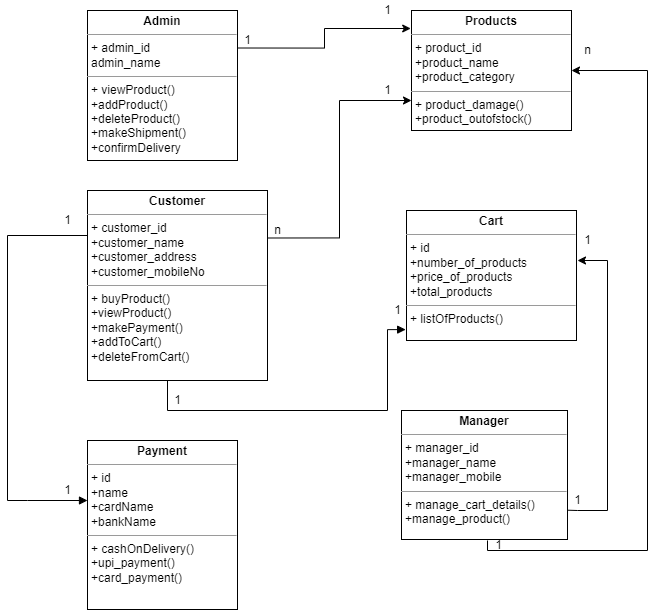
sneha-2000/ust-prograd-training keeps this draw.io diagram as DAY-10/QUESTION-2/CLASS DIAGRAM.drawio.png. Above is the earlier version. Source tidied: cells renumbered, new cells last; positions are measured from the earlier drawing's top-left corner, leaving out a move shared by most shapes.
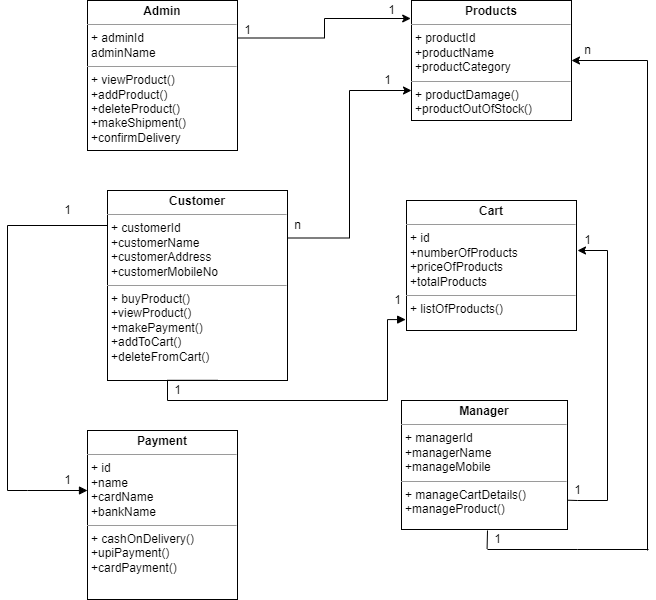
The same file after the commit.

The edit, as a diff of the source:
```diff
@@ -2,35 +2,34 @@
   <root>
     <mxCell id="0" />
     <mxCell id="1" parent="0" />
-    <mxCell id="2" value="&lt;p style=&quot;margin: 0px ; margin-top: 4px ; text-align: center&quot;&gt;&lt;b&gt;Cart&lt;/b&gt;&lt;/p&gt;&lt;hr size=&quot;1&quot;&gt;&lt;p style=&quot;margin: 0px ; margin-left: 4px&quot;&gt;+ id&lt;/p&gt;&lt;p style=&quot;margin: 0px ; margin-left: 4px&quot;&gt;+number_of_products&lt;/p&gt;&lt;p style=&quot;margin: 0px ; margin-left: 4px&quot;&gt;+price_of_products&lt;/p&gt;&lt;p style=&quot;margin: 0px ; margin-left: 4px&quot;&gt;+total_products&lt;/p&gt;&lt;hr size=&quot;1&quot;&gt;&lt;p style=&quot;margin: 0px ; margin-left: 4px&quot;&gt;+ listOfProducts()&lt;/p&gt;" style="verticalAlign=top;align=left;overflow=fill;fontSize=12;fontFamily=Helvetica;html=1;" parent="1" vertex="1">
+    <mxCell id="2" value="&lt;p style=&quot;margin: 0px ; margin-top: 4px ; text-align: center&quot;&gt;&lt;b&gt;Cart&lt;/b&gt;&lt;/p&gt;&lt;hr size=&quot;1&quot;&gt;&lt;p style=&quot;margin: 0px ; margin-left: 4px&quot;&gt;+ id&lt;/p&gt;&lt;p style=&quot;margin: 0px ; margin-left: 4px&quot;&gt;+numberOfProducts&lt;/p&gt;&lt;p style=&quot;margin: 0px ; margin-left: 4px&quot;&gt;+priceOfProducts&lt;/p&gt;&lt;p style=&quot;margin: 0px ; margin-left: 4px&quot;&gt;+totalProducts&lt;/p&gt;&lt;hr size=&quot;1&quot;&gt;&lt;p style=&quot;margin: 0px ; margin-left: 4px&quot;&gt;+ listOfProducts()&lt;/p&gt;" style="verticalAlign=top;align=left;overflow=fill;fontSize=12;fontFamily=Helvetica;html=1;" parent="1" vertex="1">
       <mxGeometry x="399" y="210" width="170" height="130" as="geometry" />
     </mxCell>
-    <mxCell id="3" value="&lt;p style=&quot;margin: 0px ; margin-top: 4px ; text-align: center&quot;&gt;&lt;b&gt;Payment&lt;/b&gt;&lt;/p&gt;&lt;hr size=&quot;1&quot;&gt;&lt;p style=&quot;margin: 0px ; margin-left: 4px&quot;&gt;+ id&lt;/p&gt;&lt;p style=&quot;margin: 0px ; margin-left: 4px&quot;&gt;+name&lt;/p&gt;&lt;p style=&quot;margin: 0px ; margin-left: 4px&quot;&gt;+cardName&lt;/p&gt;&lt;p style=&quot;margin: 0px ; margin-left: 4px&quot;&gt;+bankName&lt;/p&gt;&lt;hr size=&quot;1&quot;&gt;&lt;p style=&quot;margin: 0px ; margin-left: 4px&quot;&gt;+ cashOnDelivery()&lt;/p&gt;&lt;p style=&quot;margin: 0px ; margin-left: 4px&quot;&gt;+upi_payment()&lt;/p&gt;&lt;p style=&quot;margin: 0px ; margin-left: 4px&quot;&gt;+card_payment()&lt;/p&gt;" style="verticalAlign=top;align=left;overflow=fill;fontSize=12;fontFamily=Helvetica;html=1;" parent="1" vertex="1">
+    <mxCell id="3" value="&lt;p style=&quot;margin: 0px ; margin-top: 4px ; text-align: center&quot;&gt;&lt;b&gt;Payment&lt;/b&gt;&lt;/p&gt;&lt;hr size=&quot;1&quot;&gt;&lt;p style=&quot;margin: 0px ; margin-left: 4px&quot;&gt;+ id&lt;/p&gt;&lt;p style=&quot;margin: 0px ; margin-left: 4px&quot;&gt;+name&lt;/p&gt;&lt;p style=&quot;margin: 0px ; margin-left: 4px&quot;&gt;+cardName&lt;/p&gt;&lt;p style=&quot;margin: 0px ; margin-left: 4px&quot;&gt;+bankName&lt;/p&gt;&lt;hr size=&quot;1&quot;&gt;&lt;p style=&quot;margin: 0px ; margin-left: 4px&quot;&gt;+ cashOnDelivery()&lt;/p&gt;&lt;p style=&quot;margin: 0px ; margin-left: 4px&quot;&gt;+upiPayment()&lt;/p&gt;&lt;p style=&quot;margin: 0px ; margin-left: 4px&quot;&gt;+cardPayment()&lt;/p&gt;" style="verticalAlign=top;align=left;overflow=fill;fontSize=12;fontFamily=Helvetica;html=1;" parent="1" vertex="1">
       <mxGeometry x="80" y="440" width="150" height="169" as="geometry" />
     </mxCell>
-    <mxCell id="4" value="&lt;p style=&quot;margin: 0px ; margin-top: 4px ; text-align: center&quot;&gt;&lt;b&gt;Manager&lt;/b&gt;&lt;/p&gt;&lt;hr size=&quot;1&quot;&gt;&lt;p style=&quot;margin: 0px ; margin-left: 4px&quot;&gt;+ manager_id&lt;/p&gt;&lt;p style=&quot;margin: 0px ; margin-left: 4px&quot;&gt;+manager_name&lt;/p&gt;&lt;p style=&quot;margin: 0px ; margin-left: 4px&quot;&gt;+manager_mobile&lt;/p&gt;&lt;hr size=&quot;1&quot;&gt;&lt;p style=&quot;margin: 0px ; margin-left: 4px&quot;&gt;+ manage_cart_details()&lt;/p&gt;&lt;p style=&quot;margin: 0px ; margin-left: 4px&quot;&gt;+manage_product()&lt;/p&gt;&lt;p style=&quot;margin: 0px ; margin-left: 4px&quot;&gt;&lt;br&gt;&lt;/p&gt;" style="verticalAlign=top;align=left;overflow=fill;fontSize=12;fontFamily=Helvetica;html=1;" parent="1" vertex="1">
+    <mxCell id="4" value="&lt;p style=&quot;margin: 0px ; margin-top: 4px ; text-align: center&quot;&gt;&lt;b&gt;Manager&lt;/b&gt;&lt;/p&gt;&lt;hr size=&quot;1&quot;&gt;&lt;p style=&quot;margin: 0px ; margin-left: 4px&quot;&gt;+ managerId&lt;/p&gt;&lt;p style=&quot;margin: 0px ; margin-left: 4px&quot;&gt;+managerName&lt;/p&gt;&lt;p style=&quot;margin: 0px ; margin-left: 4px&quot;&gt;+manageMobile&lt;/p&gt;&lt;hr size=&quot;1&quot;&gt;&lt;p style=&quot;margin: 0px ; margin-left: 4px&quot;&gt;+ manageCartDetails()&lt;/p&gt;&lt;p style=&quot;margin: 0px ; margin-left: 4px&quot;&gt;+manageProduct()&lt;/p&gt;&lt;p style=&quot;margin: 0px ; margin-left: 4px&quot;&gt;&lt;br&gt;&lt;/p&gt;" style="verticalAlign=top;align=left;overflow=fill;fontSize=12;fontFamily=Helvetica;html=1;" parent="1" vertex="1">
       <mxGeometry x="394" y="410" width="166" height="129" as="geometry" />
     </mxCell>
     <mxCell id="5" style="edgeStyle=orthogonalEdgeStyle;rounded=0;jettySize=auto;html=1;exitX=1;exitY=0.25;exitDx=0;exitDy=0;entryX=0;entryY=0.75;entryDx=0;entryDy=0;" parent="1" edge="1" source="6" target="7">
       <mxGeometry relative="1" as="geometry" />
     </mxCell>
-    <mxCell id="6" value="&lt;p style=&quot;margin: 0px ; margin-top: 4px ; text-align: center&quot;&gt;&lt;b&gt;Customer&lt;/b&gt;&lt;/p&gt;&lt;hr size=&quot;1&quot;&gt;&lt;p style=&quot;margin: 0px ; margin-left: 4px&quot;&gt;+ customer_id&lt;/p&gt;&lt;p style=&quot;margin: 0px ; margin-left: 4px&quot;&gt;+customer_name&lt;/p&gt;&lt;p style=&quot;margin: 0px ; margin-left: 4px&quot;&gt;+customer_address&lt;/p&gt;&lt;p style=&quot;margin: 0px ; margin-left: 4px&quot;&gt;+customer_mobileNo&lt;/p&gt;&lt;hr size=&quot;1&quot;&gt;&lt;p style=&quot;margin: 0px ; margin-left: 4px&quot;&gt;+ buyProduct()&lt;/p&gt;&lt;p style=&quot;margin: 0px ; margin-left: 4px&quot;&gt;+viewProduct()&lt;/p&gt;&lt;p style=&quot;margin: 0px ; margin-left: 4px&quot;&gt;+makePayment()&lt;/p&gt;&lt;p style=&quot;margin: 0px ; margin-left: 4px&quot;&gt;+addToCart()&lt;/p&gt;&lt;p style=&quot;margin: 0px ; margin-left: 4px&quot;&gt;+deleteFromCart()&lt;/p&gt;" style="verticalAlign=top;align=left;overflow=fill;fontSize=12;fontFamily=Helvetica;html=1;" parent="1" vertex="1">
-      <mxGeometry x="80" y="190" width="180" height="190" as="geometry" />
+    <mxCell id="6" value="&lt;p style=&quot;margin: 0px ; margin-top: 4px ; text-align: center&quot;&gt;&lt;b&gt;Customer&lt;/b&gt;&lt;/p&gt;&lt;hr size=&quot;1&quot;&gt;&lt;p style=&quot;margin: 0px ; margin-left: 4px&quot;&gt;+ customerId&lt;/p&gt;&lt;p style=&quot;margin: 0px ; margin-left: 4px&quot;&gt;+customerName&lt;/p&gt;&lt;p style=&quot;margin: 0px ; margin-left: 4px&quot;&gt;+customerAddress&lt;/p&gt;&lt;p style=&quot;margin: 0px ; margin-left: 4px&quot;&gt;+customerMobileNo&lt;/p&gt;&lt;hr size=&quot;1&quot;&gt;&lt;p style=&quot;margin: 0px ; margin-left: 4px&quot;&gt;+ buyProduct()&lt;/p&gt;&lt;p style=&quot;margin: 0px ; margin-left: 4px&quot;&gt;+viewProduct()&lt;/p&gt;&lt;p style=&quot;margin: 0px ; margin-left: 4px&quot;&gt;+makePayment()&lt;/p&gt;&lt;p style=&quot;margin: 0px ; margin-left: 4px&quot;&gt;+addToCart()&lt;/p&gt;&lt;p style=&quot;margin: 0px ; margin-left: 4px&quot;&gt;+deleteFromCart()&lt;/p&gt;" style="verticalAlign=top;align=left;overflow=fill;fontSize=12;fontFamily=Helvetica;html=1;" parent="1" vertex="1">
+      <mxGeometry x="100" y="200" width="180" height="190" as="geometry" />
     </mxCell>
-    <mxCell id="7" value="&lt;p style=&quot;margin: 4px 0px 0px ; text-align: center&quot;&gt;&lt;b&gt;Products&lt;/b&gt;&lt;/p&gt;&lt;hr size=&quot;1&quot;&gt;&lt;p style=&quot;margin: 0px 0px 0px 4px&quot;&gt;+ product_id&lt;/p&gt;&lt;p style=&quot;margin: 0px 0px 0px 4px&quot;&gt;+product_name&lt;/p&gt;&lt;p style=&quot;margin: 0px 0px 0px 4px&quot;&gt;+product_category&lt;/p&gt;&lt;hr size=&quot;1&quot;&gt;&lt;p style=&quot;margin: 0px 0px 0px 4px&quot;&gt;+ product_damage()&lt;/p&gt;&lt;p style=&quot;margin: 0px 0px 0px 4px&quot;&gt;+product_outofstock()&lt;/p&gt;&lt;p style=&quot;margin: 0px 0px 0px 4px&quot;&gt;&lt;br&gt;&lt;/p&gt;" style="verticalAlign=top;align=left;overflow=fill;fontSize=12;fontFamily=Helvetica;html=1;" parent="1" vertex="1">
+    <mxCell id="7" value="&lt;p style=&quot;margin: 4px 0px 0px ; text-align: center&quot;&gt;&lt;b&gt;Products&lt;/b&gt;&lt;/p&gt;&lt;hr size=&quot;1&quot;&gt;&lt;p style=&quot;margin: 0px 0px 0px 4px&quot;&gt;+ productId&lt;/p&gt;&lt;p style=&quot;margin: 0px 0px 0px 4px&quot;&gt;+productName&lt;/p&gt;&lt;p style=&quot;margin: 0px 0px 0px 4px&quot;&gt;+productCategory&lt;/p&gt;&lt;hr size=&quot;1&quot;&gt;&lt;p style=&quot;margin: 0px 0px 0px 4px&quot;&gt;+ productDamage()&lt;/p&gt;&lt;p style=&quot;margin: 0px 0px 0px 4px&quot;&gt;+productOutOfStock()&lt;/p&gt;&lt;p style=&quot;margin: 0px 0px 0px 4px&quot;&gt;&lt;br&gt;&lt;/p&gt;" style="verticalAlign=top;align=left;overflow=fill;fontSize=12;fontFamily=Helvetica;html=1;" parent="1" vertex="1">
       <mxGeometry x="404" y="10" width="160" height="120" as="geometry" />
     </mxCell>
     <mxCell id="8" style="edgeStyle=orthogonalEdgeStyle;rounded=0;jettySize=auto;html=1;exitX=1;exitY=0.25;exitDx=0;exitDy=0;entryX=-0.005;entryY=0.15;entryDx=0;entryDy=0;entryPerimeter=0;" parent="1" edge="1" source="9" target="7">
       <mxGeometry relative="1" as="geometry" />
     </mxCell>
-    <mxCell id="9" value="&lt;p style=&quot;margin: 0px ; margin-top: 4px ; text-align: center&quot;&gt;&lt;b&gt;Admin&lt;/b&gt;&lt;/p&gt;&lt;hr size=&quot;1&quot;&gt;&lt;p style=&quot;margin: 0px ; margin-left: 4px&quot;&gt;+ admin_id&lt;/p&gt;&lt;p style=&quot;margin: 0px ; margin-left: 4px&quot;&gt;admin_name&lt;/p&gt;&lt;hr size=&quot;1&quot;&gt;&lt;p style=&quot;margin: 0px ; margin-left: 4px&quot;&gt;+ viewProduct()&lt;/p&gt;&lt;p style=&quot;margin: 0px ; margin-left: 4px&quot;&gt;+addProduct()&lt;/p&gt;&lt;p style=&quot;margin: 0px ; margin-left: 4px&quot;&gt;+deleteProduct()&lt;/p&gt;&lt;p style=&quot;margin: 0px ; margin-left: 4px&quot;&gt;+makeShipment()&lt;/p&gt;&lt;p style=&quot;margin: 0px ; margin-left: 4px&quot;&gt;+confirmDelivery&lt;/p&gt;" style="verticalAlign=top;align=left;overflow=fill;fontSize=12;fontFamily=Helvetica;html=1;" parent="1" vertex="1">
+    <mxCell id="9" value="&lt;p style=&quot;margin: 0px ; margin-top: 4px ; text-align: center&quot;&gt;&lt;b&gt;Admin&lt;/b&gt;&lt;/p&gt;&lt;hr size=&quot;1&quot;&gt;&lt;p style=&quot;margin: 0px ; margin-left: 4px&quot;&gt;+ adminId&lt;/p&gt;&lt;p style=&quot;margin: 0px ; margin-left: 4px&quot;&gt;adminName&lt;/p&gt;&lt;hr size=&quot;1&quot;&gt;&lt;p style=&quot;margin: 0px ; margin-left: 4px&quot;&gt;+ viewProduct()&lt;/p&gt;&lt;p style=&quot;margin: 0px ; margin-left: 4px&quot;&gt;+addProduct()&lt;/p&gt;&lt;p style=&quot;margin: 0px ; margin-left: 4px&quot;&gt;+deleteProduct()&lt;/p&gt;&lt;p style=&quot;margin: 0px ; margin-left: 4px&quot;&gt;+makeShipment()&lt;/p&gt;&lt;p style=&quot;margin: 0px ; margin-left: 4px&quot;&gt;+confirmDelivery&lt;/p&gt;" style="verticalAlign=top;align=left;overflow=fill;fontSize=12;fontFamily=Helvetica;html=1;" parent="1" vertex="1">
       <mxGeometry x="80" y="10" width="150" height="150" as="geometry" />
     </mxCell>
-    <mxCell id="10" style="endArrow=block;endFill=1;html=1;edgeStyle=orthogonalEdgeStyle;align=left;verticalAlign=top;rounded=0;entryX=-0.005;entryY=0.916;entryDx=0;entryDy=0;entryPerimeter=0;" parent="1" edge="1" target="2">
+    <mxCell id="10" style="endArrow=block;endFill=1;html=1;edgeStyle=orthogonalEdgeStyle;align=left;verticalAlign=top;rounded=0;entryX=-0.005;entryY=0.916;entryDx=0;entryDy=0;entryPerimeter=0;exitX=0.612;exitY=0.999;exitDx=0;exitDy=0;exitPerimeter=0;" parent="1" edge="1" source="6" target="2">
       <mxGeometry x="-0.95" y="10" relative="1" as="geometry">
-        <mxPoint x="220" y="380" as="sourcePoint" />
         <Array as="points">
-          <mxPoint x="160" y="380" />
+          <mxPoint x="160" y="390" />
           <mxPoint x="160" y="410" />
           <mxPoint x="380" y="410" />
           <mxPoint x="380" y="329" />
@@ -48,7 +47,7 @@
       </mxGeometry>
     </mxCell>
     <mxCell id="12" style="line;strokeWidth=1;fillColor=none;align=left;verticalAlign=middle;spacingTop=-1;spacingLeft=3;spacingRight=3;labelPosition=right;" parent="1" vertex="1">
-      <mxGeometry y="230" width="80" height="10" as="geometry" />
+      <mxGeometry y="230" width="100" height="10" as="geometry" />
     </mxCell>
     <mxCell id="13" style="endArrow=none;html=1;rounded=0;" parent="1" edge="1">
       <mxGeometry relative="1" as="geometry">
@@ -75,19 +74,21 @@
     </mxCell>
     <mxCell id="17" style="endArrow=none;html=1;rounded=0;" parent="1" edge="1">
       <mxGeometry relative="1" as="geometry">
-        <mxPoint x="640" y="550" as="sourcePoint" />
+        <mxPoint x="640" y="560" as="sourcePoint" />
         <mxPoint x="640" y="70" as="targetPoint" />
       </mxGeometry>
     </mxCell>
     <mxCell id="18" style="endArrow=none;html=1;rounded=0;" parent="1" edge="1">
       <mxGeometry relative="1" as="geometry">
-        <mxPoint x="480" y="550" as="sourcePoint" />
-        <mxPoint x="640" y="550" as="targetPoint" />
+        <mxPoint x="480" y="559" as="sourcePoint" />
+        <mxPoint x="641" y="559" as="targetPoint" />
+        <Array as="points">
+          <mxPoint x="570" y="559" />
+        </Array>
       </mxGeometry>
     </mxCell>
-    <mxCell id="19" style="endArrow=none;html=1;rounded=0;" parent="1" edge="1">
+    <mxCell id="19" style="endArrow=none;html=1;rounded=0;exitX=-0.021;exitY=0.975;exitDx=0;exitDy=0;exitPerimeter=0;" parent="1" edge="1" source="28">
       <mxGeometry relative="1" as="geometry">
-        <mxPoint x="480" y="550" as="sourcePoint" />
         <mxPoint x="480" y="540" as="targetPoint" />
       </mxGeometry>
     </mxCell>
@@ -95,10 +96,10 @@
       <mxGeometry x="230" y="30" width="20" height="20" as="geometry" />
     </mxCell>
     <mxCell id="21" value="1" style="text;html=1;align=center;verticalAlign=middle;strokeColor=none;fillColor=none;" parent="1" vertex="1">
-      <mxGeometry x="370" width="20" height="20" as="geometry" />
+      <mxGeometry x="374" y="10" width="20" height="20" as="geometry" />
     </mxCell>
     <mxCell id="22" value="n" style="text;html=1;align=center;verticalAlign=middle;strokeColor=none;fillColor=none;" parent="1" vertex="1">
-      <mxGeometry x="260" y="220" width="20" height="20" as="geometry" />
+      <mxGeometry x="280" y="225" width="20" height="20" as="geometry" />
     </mxCell>
     <mxCell id="23" value="1" style="text;html=1;align=center;verticalAlign=middle;strokeColor=none;fillColor=none;" parent="1" vertex="1">
       <mxGeometry x="370" y="80" width="20" height="20" as="geometry" />
@@ -116,10 +117,10 @@
       <mxGeometry x="380" y="300" width="20" height="20" as="geometry" />
     </mxCell>
     <mxCell id="28" value="1" style="text;html=1;align=center;verticalAlign=middle;points=[];strokeColor=none;fillColor=none;" parent="1" vertex="1">
-      <mxGeometry x="481" y="535" width="20" height="20" as="geometry" />
+      <mxGeometry x="480" y="539" width="20" height="20" as="geometry" />
     </mxCell>
     <mxCell id="29" value="n" style="text;html=1;align=center;verticalAlign=middle;strokeColor=none;fillColor=none;" parent="1" vertex="1">
-      <mxGeometry x="570" y="40" width="20" height="20" as="geometry" />
+      <mxGeometry x="570" y="50" width="20" height="20" as="geometry" />
     </mxCell>
     <mxCell id="30" style="endArrow=none;html=1;rounded=0;exitX=0.034;exitY=0.986;exitDx=0;exitDy=0;exitPerimeter=0;" parent="1" edge="1" source="31">
       <mxGeometry relative="1" as="geometry">
@@ -133,7 +134,7 @@
       <mxGeometry x="560" y="490" width="20" height="20" as="geometry" />
     </mxCell>
     <mxCell id="32" value="1" style="text;html=1;align=center;verticalAlign=middle;strokeColor=none;fillColor=none;" parent="1" vertex="1">
-      <mxGeometry x="570" y="230" width="20" height="20" as="geometry" />
+      <mxGeometry x="570" y="240" width="20" height="20" as="geometry" />
     </mxCell>
   </root>
 </mxGraphModel>
```
